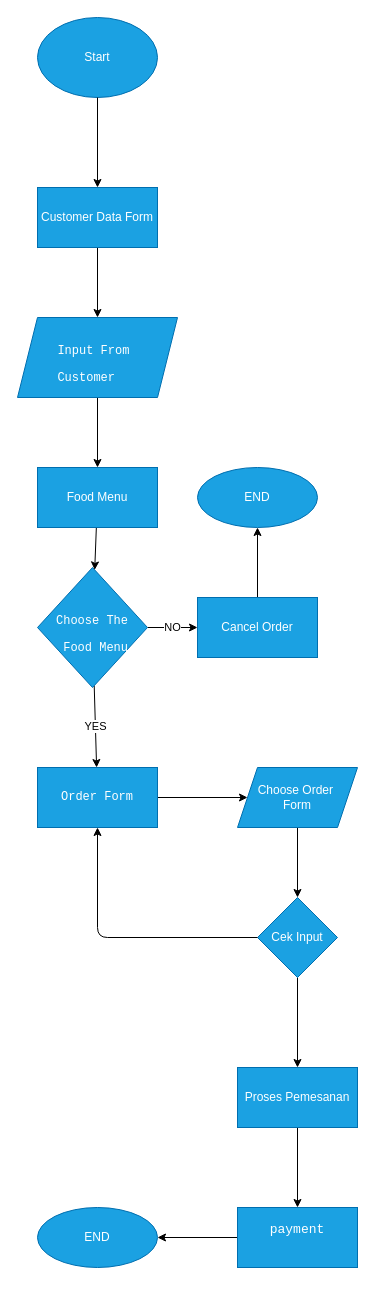
The draw.io diagram Flowchart.Drawio in Deryadlilkarim/ordermakanan-app, before the edit. Source tidied: cells renumbered, new cells numbered last; positions are measured from the earlier drawing's top-left corner, leaving out a move shared by most shapes. Both pictures are drawn from the tidied source at 100%, with x=0, y=0 at pixel (17, 17).
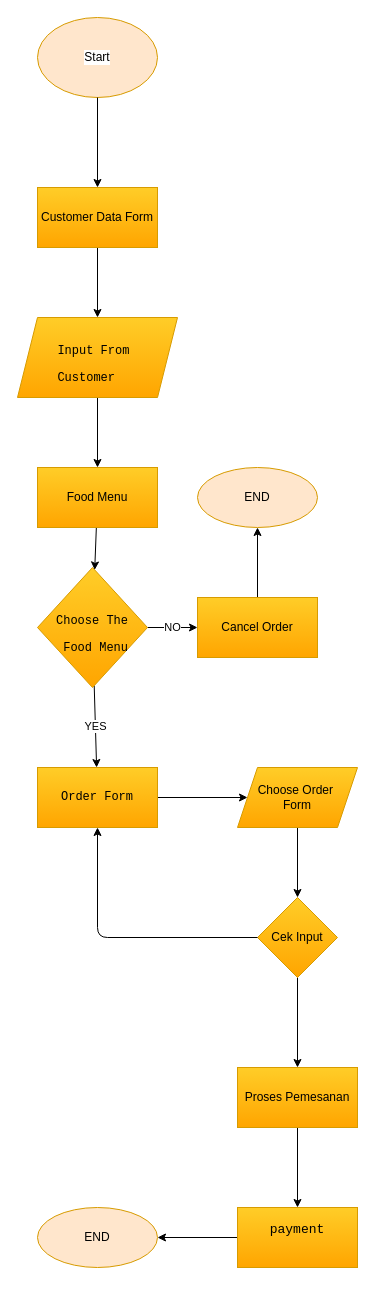
Above is the later version.

Commit message:
docs: add process flowchart

The edit, as a diff of the source:
```diff
@@
-    <mxCell id="2" value="Start" style="ellipse;whiteSpace=wrap;html=1;fillColor=#1ba1e2;fontColor=#ffffff;strokeColor=#006EAF;" parent="1" vertex="1">
+    <mxCell id="2" value="Start" style="ellipse;whiteSpace=wrap;html=1;fillColor=#ffe6cc;strokeColor=#d79b00;labelBackgroundColor=default;" parent="1" vertex="1">
       <mxGeometry x="20" width="120" height="80" as="geometry" />
     </mxCell>
@@
-    <mxCell id="5" value="Customer Data Form" style="whiteSpace=wrap;html=1;fillColor=#1ba1e2;strokeColor=#006EAF;fontColor=#ffffff;" parent="1" vertex="1">
+    <mxCell id="5" value="Customer Data Form" style="whiteSpace=wrap;html=1;fillColor=#ffcd28;strokeColor=#d79b00;gradientColor=#ffa500;" parent="1" vertex="1">
       <mxGeometry x="20" y="170" width="120" height="60" as="geometry" />
     </mxCell>
@@
-    <mxCell id="7" value="&lt;br&gt;&lt;div class=&quot;tw-ta-container F0azHf tw-nfl&quot; id=&quot;tw-target-text-container&quot; tabindex=&quot;0&quot;&gt;&lt;pre class=&quot;tw-data-text tw-text-large tw-ta&quot; id=&quot;tw-target-text&quot; style=&quot;text-align: left&quot; dir=&quot;ltr&quot;&gt;&lt;/pre&gt;&lt;/div&gt;&lt;div class=&quot;tw-ta-container F0azHf tw-nfl&quot; id=&quot;tw-target-text-container&quot; tabindex=&quot;0&quot;&gt;&lt;pre class=&quot;tw-data-text tw-text-large tw-ta&quot; id=&quot;tw-target-text&quot; style=&quot;text-align: left&quot; dir=&quot;ltr&quot;&gt;&lt;span class=&quot;Y2IQFc&quot; lang=&quot;en&quot;&gt;Input From &lt;/span&gt;&lt;/pre&gt;&lt;pre class=&quot;tw-data-text tw-text-large tw-ta&quot; id=&quot;tw-target-text&quot; style=&quot;text-align: left&quot; dir=&quot;ltr&quot;&gt;&lt;span class=&quot;Y2IQFc&quot; lang=&quot;en&quot;&gt;Customer&lt;/span&gt;&lt;/pre&gt;&lt;/div&gt;&lt;div class=&quot;tw-target-rmn tw-ta-container F0azHf tw-nfl&quot; id=&quot;tw-target-rmn-container&quot; style=&quot;font-size: 10px&quot;&gt;&lt;pre class=&quot;tw-data-placeholder tw-text-small tw-ta&quot; id=&quot;tw-target-rmn&quot; style=&quot;text-align: left&quot; dir=&quot;ltr&quot;&gt;&lt;span class=&quot;Y2IQFc&quot;&gt;&lt;/span&gt;&lt;/pre&gt;&lt;/div&gt;" style="shape=parallelogram;perimeter=parallelogramPerimeter;whiteSpace=wrap;html=1;fixedSize=1;fillColor=#1ba1e2;strokeColor=#006EAF;fontColor=#ffffff;" parent="1" vertex="1">
+    <mxCell id="7" value="&lt;br&gt;&lt;div class=&quot;tw-ta-container F0azHf tw-nfl&quot; id=&quot;tw-target-text-container&quot; tabindex=&quot;0&quot;&gt;&lt;pre class=&quot;tw-data-text tw-text-large tw-ta&quot; id=&quot;tw-target-text&quot; style=&quot;text-align: left&quot; dir=&quot;ltr&quot;&gt;&lt;/pre&gt;&lt;/div&gt;&lt;div class=&quot;tw-ta-container F0azHf tw-nfl&quot; id=&quot;tw-target-text-container&quot; tabindex=&quot;0&quot;&gt;&lt;pre class=&quot;tw-data-text tw-text-large tw-ta&quot; id=&quot;tw-target-text&quot; style=&quot;text-align: left&quot; dir=&quot;ltr&quot;&gt;&lt;span class=&quot;Y2IQFc&quot; lang=&quot;en&quot;&gt;Input From &lt;/span&gt;&lt;/pre&gt;&lt;pre class=&quot;tw-data-text tw-text-large tw-ta&quot; id=&quot;tw-target-text&quot; style=&quot;text-align: left&quot; dir=&quot;ltr&quot;&gt;&lt;span class=&quot;Y2IQFc&quot; lang=&quot;en&quot;&gt;Customer&lt;/span&gt;&lt;/pre&gt;&lt;/div&gt;&lt;div class=&quot;tw-target-rmn tw-ta-container F0azHf tw-nfl&quot; id=&quot;tw-target-rmn-container&quot; style=&quot;font-size: 10px&quot;&gt;&lt;pre class=&quot;tw-data-placeholder tw-text-small tw-ta&quot; id=&quot;tw-target-rmn&quot; style=&quot;text-align: left&quot; dir=&quot;ltr&quot;&gt;&lt;span class=&quot;Y2IQFc&quot;&gt;&lt;/span&gt;&lt;/pre&gt;&lt;/div&gt;" style="shape=parallelogram;perimeter=parallelogramPerimeter;whiteSpace=wrap;html=1;fixedSize=1;fillColor=#ffcd28;strokeColor=#d79b00;gradientColor=#ffa500;" parent="1" vertex="1">
       <mxGeometry y="300" width="160" height="80" as="geometry" />
     </mxCell>
@@
-    <mxCell id="9" value="Food Menu" style="whiteSpace=wrap;html=1;fillColor=#1ba1e2;strokeColor=#006EAF;fontColor=#ffffff;" parent="1" vertex="1">
+    <mxCell id="9" value="Food Menu" style="whiteSpace=wrap;html=1;fillColor=#ffcd28;strokeColor=#d79b00;gradientColor=#ffa500;" parent="1" vertex="1">
       <mxGeometry x="20" y="450" width="120" height="60" as="geometry" />
     </mxCell>
@@
-    <mxCell id="12" value="&lt;br&gt;&lt;pre class=&quot;tw-data-text tw-text-large tw-ta&quot; id=&quot;tw-target-text&quot; style=&quot;text-align: left&quot; dir=&quot;ltr&quot;&gt;&lt;span class=&quot;Y2IQFc&quot; lang=&quot;en&quot;&gt;Choose T&lt;/span&gt;he&lt;/pre&gt;&lt;pre class=&quot;tw-data-text tw-text-large tw-ta&quot; id=&quot;tw-target-text&quot; style=&quot;text-align: left&quot; dir=&quot;ltr&quot;&gt; Food Menu&lt;/pre&gt;" style="rhombus;whiteSpace=wrap;html=1;fillColor=#1ba1e2;strokeColor=#006EAF;fontColor=#ffffff;" parent="1" vertex="1">
+    <mxCell id="12" value="&lt;br&gt;&lt;pre class=&quot;tw-data-text tw-text-large tw-ta&quot; id=&quot;tw-target-text&quot; style=&quot;text-align: left&quot; dir=&quot;ltr&quot;&gt;&lt;span class=&quot;Y2IQFc&quot; lang=&quot;en&quot;&gt;Choose T&lt;/span&gt;he&lt;/pre&gt;&lt;pre class=&quot;tw-data-text tw-text-large tw-ta&quot; id=&quot;tw-target-text&quot; style=&quot;text-align: left&quot; dir=&quot;ltr&quot;&gt; Food Menu&lt;/pre&gt;" style="rhombus;whiteSpace=wrap;html=1;fillColor=#ffcd28;strokeColor=#d79b00;gradientColor=#ffa500;" parent="1" vertex="1">
       <mxGeometry x="20" y="550" width="110" height="120" as="geometry" />
     </mxCell>
@@
-    <mxCell id="14" value="Cancel Order" style="whiteSpace=wrap;html=1;fillColor=#1ba1e2;strokeColor=#006EAF;fontColor=#ffffff;" parent="1" vertex="1">
+    <mxCell id="14" value="Cancel Order" style="whiteSpace=wrap;html=1;fillColor=#ffcd28;strokeColor=#d79b00;gradientColor=#ffa500;" parent="1" vertex="1">
       <mxGeometry x="180" y="580" width="120" height="60" as="geometry" />
     </mxCell>
-    <mxCell id="15" value="END" style="ellipse;whiteSpace=wrap;html=1;fillColor=#1ba1e2;strokeColor=#006EAF;fontColor=#ffffff;" parent="1" vertex="1">
+    <mxCell id="15" value="END" style="ellipse;whiteSpace=wrap;html=1;fillColor=#ffe6cc;strokeColor=#d79b00;" parent="1" vertex="1">
       <mxGeometry x="180" y="450" width="120" height="60" as="geometry" />
     </mxCell>
@@
-    <mxCell id="17" value="&lt;pre class=&quot;tw-data-text tw-text-large tw-ta&quot; id=&quot;tw-target-text&quot; style=&quot;text-align: left&quot; dir=&quot;ltr&quot;&gt;&lt;span class=&quot;Y2IQFc&quot; lang=&quot;en&quot;&gt;Order Form&lt;/span&gt;&lt;/pre&gt;" style="whiteSpace=wrap;html=1;fillColor=#1ba1e2;strokeColor=#006EAF;fontColor=#ffffff;" parent="1" vertex="1">
+    <mxCell id="17" value="&lt;pre class=&quot;tw-data-text tw-text-large tw-ta&quot; id=&quot;tw-target-text&quot; style=&quot;text-align: left&quot; dir=&quot;ltr&quot;&gt;&lt;span class=&quot;Y2IQFc&quot; lang=&quot;en&quot;&gt;Order Form&lt;/span&gt;&lt;/pre&gt;" style="whiteSpace=wrap;html=1;fillColor=#ffcd28;strokeColor=#d79b00;gradientColor=#ffa500;" parent="1" vertex="1">
       <mxGeometry x="20" y="750" width="120" height="60" as="geometry" />
     </mxCell>
@@
-    <mxCell id="19" value="Choose Order&amp;nbsp;&lt;br&gt;Form" style="shape=parallelogram;perimeter=parallelogramPerimeter;whiteSpace=wrap;html=1;fixedSize=1;fillColor=#1ba1e2;strokeColor=#006EAF;fontColor=#ffffff;" parent="1" vertex="1">
+    <mxCell id="19" value="Choose Order&amp;nbsp;&lt;br&gt;Form" style="shape=parallelogram;perimeter=parallelogramPerimeter;whiteSpace=wrap;html=1;fixedSize=1;fillColor=#ffcd28;strokeColor=#d79b00;gradientColor=#ffa500;" parent="1" vertex="1">
       <mxGeometry x="220" y="750" width="120" height="60" as="geometry" />
     </mxCell>
@@
-    <mxCell id="21" value="Cek Input" style="rhombus;whiteSpace=wrap;html=1;fillColor=#1ba1e2;strokeColor=#006EAF;fontColor=#ffffff;" parent="1" vertex="1">
+    <mxCell id="21" value="Cek Input" style="rhombus;whiteSpace=wrap;html=1;fillColor=#ffcd28;strokeColor=#d79b00;gradientColor=#ffa500;" parent="1" vertex="1">
       <mxGeometry x="240" y="880" width="80" height="80" as="geometry" />
     </mxCell>
@@
-    <mxCell id="23" value="Proses Pemesanan" style="whiteSpace=wrap;html=1;fillColor=#1ba1e2;strokeColor=#006EAF;fontColor=#ffffff;" parent="1" vertex="1">
+    <mxCell id="23" value="Proses Pemesanan" style="whiteSpace=wrap;html=1;fillColor=#ffcd28;strokeColor=#d79b00;gradientColor=#ffa500;" parent="1" vertex="1">
       <mxGeometry x="220" y="1050" width="120" height="60" as="geometry" />
     </mxCell>
@@
-    <mxCell id="26" value="END" style="ellipse;whiteSpace=wrap;html=1;fillColor=#1ba1e2;strokeColor=#006EAF;fontColor=#ffffff;" parent="1" vertex="1">
+    <mxCell id="26" value="END" style="ellipse;whiteSpace=wrap;html=1;fillColor=#ffe6cc;strokeColor=#d79b00;" parent="1" vertex="1">
       <mxGeometry x="20" y="1190" width="120" height="60" as="geometry" />
     </mxCell>
-    <mxCell id="27" value="&#10;&lt;pre class=&quot;tw-data-text tw-text-large tw-ta&quot; id=&quot;tw-target-text&quot; style=&quot;text-align: left; font-size: 13px;&quot; dir=&quot;ltr&quot;&gt;&lt;span class=&quot;Y2IQFc&quot; lang=&quot;en&quot; style=&quot;font-size: 13px;&quot;&gt;payment&lt;/span&gt;&lt;/pre&gt;&#10;&#10;" style="rounded=0;whiteSpace=wrap;html=1;fontSize=13;fillColor=#1ba1e2;fontColor=#ffffff;strokeColor=#006EAF;" parent="1" vertex="1">
+    <mxCell id="27" value="&#10;&lt;pre class=&quot;tw-data-text tw-text-large tw-ta&quot; id=&quot;tw-target-text&quot; style=&quot;text-align: left; font-size: 13px;&quot; dir=&quot;ltr&quot;&gt;&lt;span class=&quot;Y2IQFc&quot; lang=&quot;en&quot; style=&quot;font-size: 13px;&quot;&gt;payment&lt;/span&gt;&lt;/pre&gt;&#10;&#10;" style="rounded=0;whiteSpace=wrap;html=1;fontSize=13;fillColor=#ffcd28;strokeColor=#d79b00;gradientColor=#ffa500;" parent="1" vertex="1">
       <mxGeometry x="220" y="1190" width="120" height="60" as="geometry" />
     </mxCell>
```
